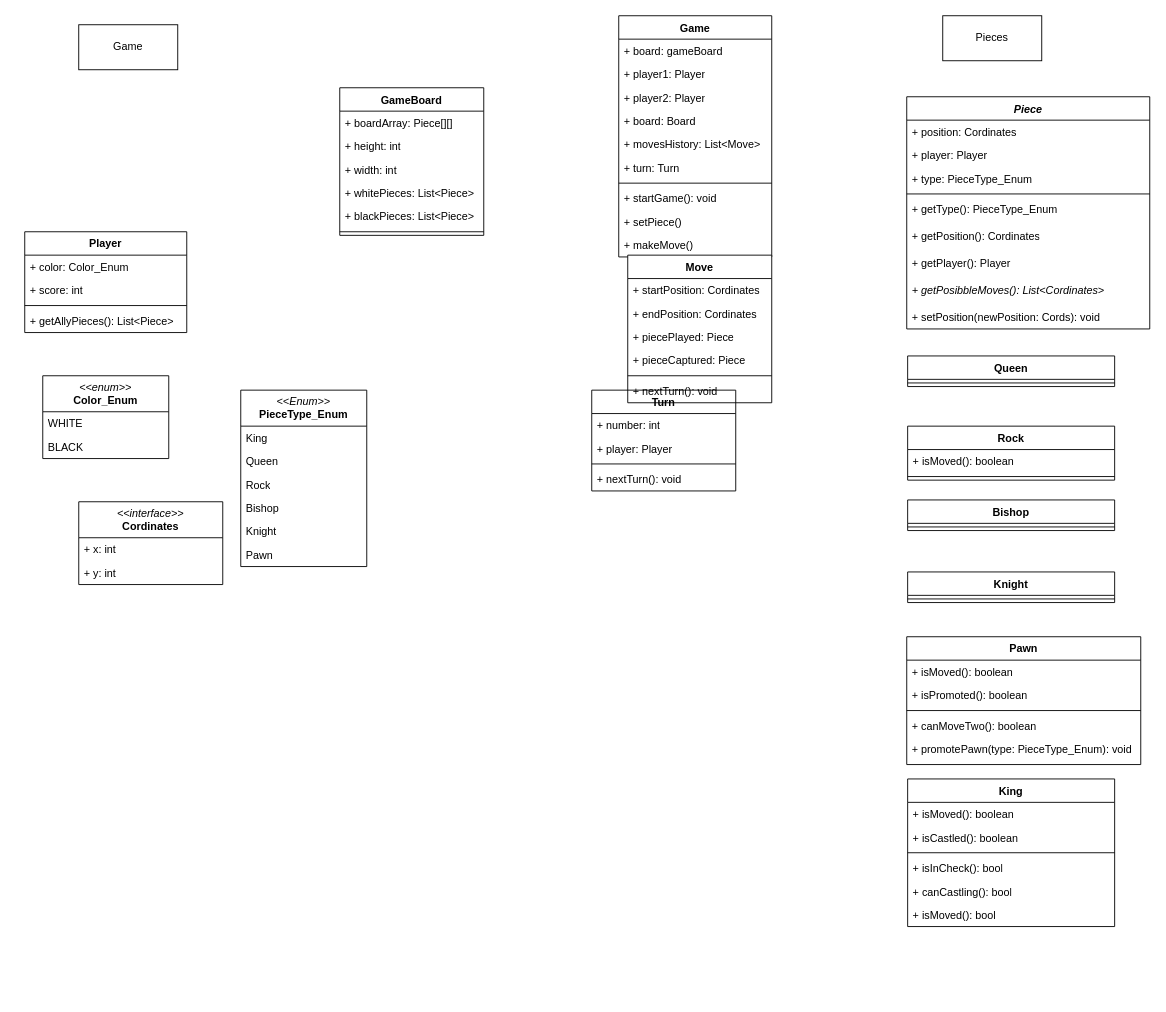
Above: uml.drawio in Rzyczu/chess-game (draw.io), before the change. Source tidied: cells renumbered, new cells numbered last; positions are measured from the earlier drawing's top-left corner, leaving out a move shared by most shapes. Both pictures are drawn from the tidied source at 90%, with x=0, y=0 at pixel (24, 15).
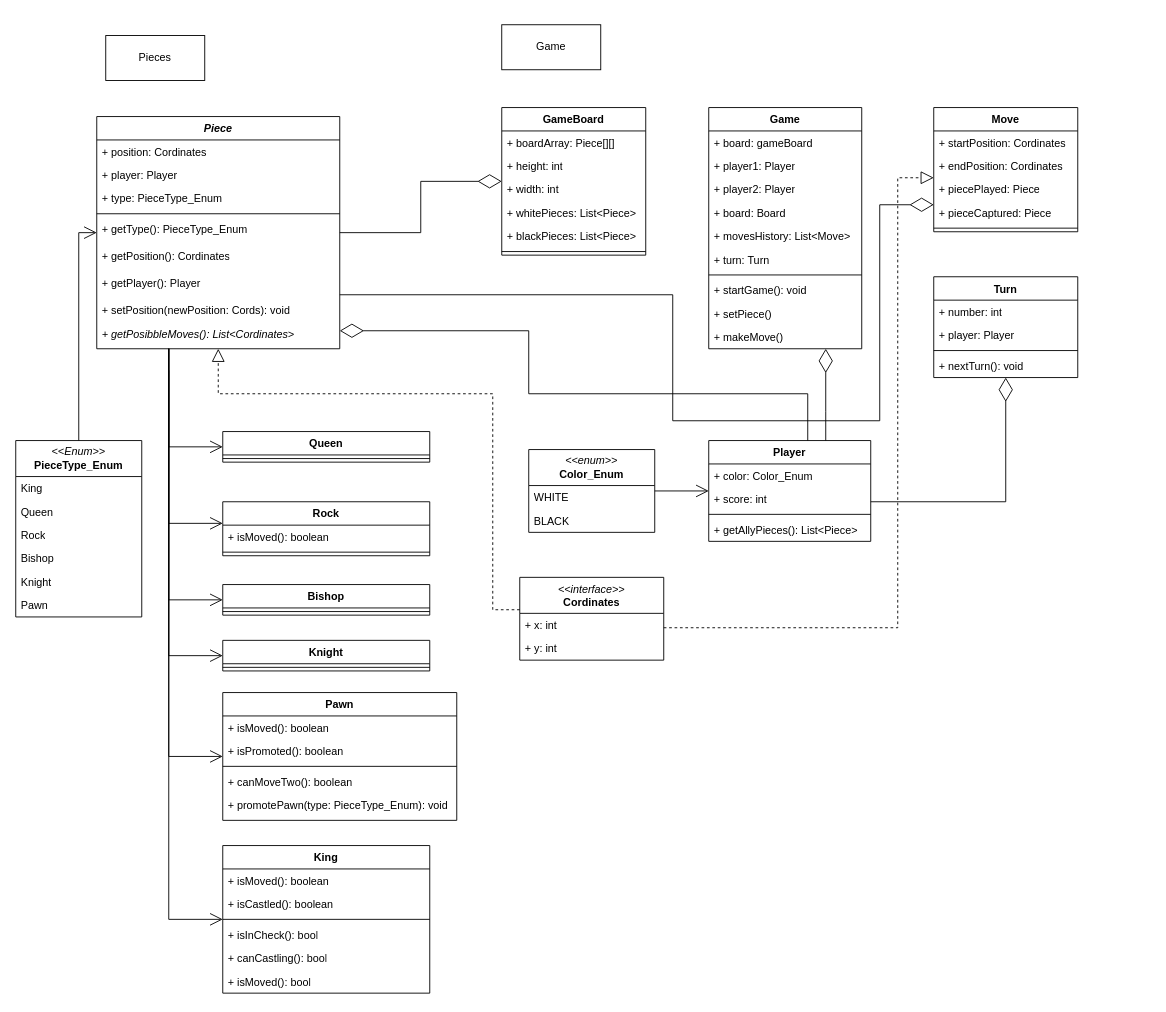
The same page after the edit.

What changed in the source:
```diff
@@
-    <mxCell id="2" value="GameBoard" style="swimlane;fontStyle=1;align=center;verticalAlign=top;horizontal=1;startSize=26;whiteSpace=wrap;html=1;" parent="1" vertex="1">
-      <mxGeometry x="350" y="80" width="160" height="164" as="geometry" />
-    </mxCell>
-    <mxCell id="3" value="+ boardArray: Piece[][]" style="text;strokeColor=none;fillColor=none;align=left;verticalAlign=top;spacingLeft=4;spacingRight=4;overflow=hidden;whiteSpace=wrap;html=1;" parent="2" vertex="1">
-      <mxGeometry y="26" width="160" height="26" as="geometry" />
-    </mxCell>
-    <mxCell id="4" value="+ height: int" style="text;strokeColor=none;fillColor=none;align=left;verticalAlign=top;spacingLeft=4;spacingRight=4;overflow=hidden;whiteSpace=wrap;html=1;" parent="2" vertex="1">
-      <mxGeometry y="52" width="160" height="26" as="geometry" />
-    </mxCell>
-    <mxCell id="5" value="+ width: int" style="text;strokeColor=none;fillColor=none;align=left;verticalAlign=top;spacingLeft=4;spacingRight=4;overflow=hidden;whiteSpace=wrap;html=1;" parent="2" vertex="1">
-      <mxGeometry y="78" width="160" height="26" as="geometry" />
-    </mxCell>
-    <mxCell id="6" value="+ whitePieces: List&amp;lt;Piece&amp;gt;" style="text;strokeColor=none;fillColor=none;align=left;verticalAlign=top;spacingLeft=4;spacingRight=4;overflow=hidden;whiteSpace=wrap;html=1;" parent="2" vertex="1">
-      <mxGeometry y="104" width="160" height="26" as="geometry" />
-    </mxCell>
-    <mxCell id="7" value="+ blackPieces: List&amp;lt;Piece&amp;gt;" style="text;strokeColor=none;fillColor=none;align=left;verticalAlign=top;spacingLeft=4;spacingRight=4;overflow=hidden;whiteSpace=wrap;html=1;" parent="2" vertex="1">
-      <mxGeometry y="130" width="160" height="26" as="geometry" />
-    </mxCell>
-    <mxCell id="8" style="line;strokeWidth=1;fillColor=none;align=left;verticalAlign=middle;spacingTop=-1;spacingLeft=3;spacingRight=3;labelPosition=right;strokeColor=inherit;" parent="2" vertex="1">
-      <mxGeometry y="156" width="160" height="8" as="geometry" />
-    </mxCell>
     <mxCell id="9" value="&lt;i&gt;Piece&lt;/i&gt;" style="swimlane;fontStyle=1;align=center;verticalAlign=top;horizontal=1;startSize=26;whiteSpace=wrap;html=1;" parent="1" vertex="1">
-      <mxGeometry x="980" y="90" width="270" height="258" as="geometry" />
+      <mxGeometry x="80" y="112" width="270" height="258" as="geometry" />
     </mxCell>
@@
+    <mxCell id="18" value="+ &lt;span style=&quot;background-color: initial;&quot;&gt;setPosition(newPosition: Cords): void&lt;/span&gt;&lt;div&gt;&lt;span style=&quot;background-color: initial;&quot;&gt;&lt;br&gt;&lt;/span&gt;&lt;/div&gt;" style="text;align=left;verticalAlign=top;spacingLeft=4;spacingRight=4;overflow=hidden;whiteSpace=wrap;html=1;" parent="9" vertex="1">
+      <mxGeometry y="202" width="270" height="26" as="geometry" />
+    </mxCell>
     <mxCell id="17" value="+ getPosibbleMoves(&lt;span style=&quot;background-color: initial;&quot;&gt;): List&amp;lt;Cordinates&amp;gt;&lt;/span&gt;" style="text;strokeColor=none;fillColor=none;align=left;verticalAlign=top;spacingLeft=4;spacingRight=4;overflow=hidden;whiteSpace=wrap;html=1;fontStyle=2;" parent="9" vertex="1">
-      <mxGeometry y="202" width="270" height="30" as="geometry" />
+      <mxGeometry y="228" width="270" height="30" as="geometry" />
     </mxCell>
-    <mxCell id="18" value="+ &lt;span style=&quot;background-color: initial;&quot;&gt;setPosition(newPosition: Cords): void&lt;/span&gt;&lt;div&gt;&lt;span style=&quot;background-color: initial;&quot;&gt;&lt;br&gt;&lt;/span&gt;&lt;/div&gt;" style="text;align=left;verticalAlign=top;spacingLeft=4;spacingRight=4;overflow=hidden;whiteSpace=wrap;html=1;" parent="9" vertex="1">
-      <mxGeometry y="232" width="270" height="26" as="geometry" />
-    </mxCell>
     <mxCell id="19" value="Game" style="swimlane;fontStyle=1;align=center;verticalAlign=top;horizontal=1;startSize=26;whiteSpace=wrap;html=1;" parent="1" vertex="1">
-      <mxGeometry x="660" width="170" height="268" as="geometry" />
+      <mxGeometry x="760" y="102" width="170" height="268" as="geometry" />
     </mxCell>
@@
-    <mxCell id="30" style="rounded=0;jettySize=auto;html=1;edgeStyle=orthogonalEdgeStyle;strokeColor=none;" parent="1" edge="1" source="31">
+    <mxCell id="30" style="rounded=0;jettySize=auto;html=1;edgeStyle=orthogonalEdgeStyle;strokeColor=none;" parent="1" edge="1" source="2">
       <mxGeometry relative="1" as="geometry">
-        <mxPoint x="500" y="120" as="targetPoint" />
+        <mxPoint x="590" y="152" as="targetPoint" />
         <Array as="points">
-          <mxPoint x="501" y="40" />
+          <mxPoint x="591" y="72" />
         </Array>
       </mxGeometry>
     </mxCell>
     <mxCell id="31" value="Pieces" style="html=1;whiteSpace=wrap;" parent="1" vertex="1">
-      <mxGeometry x="1020" width="110" height="50" as="geometry" />
+      <mxGeometry x="90" y="22" width="110" height="50" as="geometry" />
     </mxCell>
     <mxCell id="32" value="Game" style="html=1;whiteSpace=wrap;" parent="1" vertex="1">
-      <mxGeometry x="60" y="10" width="110" height="50" as="geometry" />
+      <mxGeometry x="530" y="10" width="110" height="50" as="geometry" />
     </mxCell>
     <mxCell id="33" style="edgeStyle=orthogonalEdgeStyle;rounded=0;orthogonalLoop=1;jettySize=auto;html=1;exitX=0.5;exitY=1;exitDx=0;exitDy=0;" parent="1" edge="1">
       <mxGeometry relative="1" as="geometry">
-        <mxPoint x="1106" y="658" as="sourcePoint" />
-        <mxPoint x="1106" y="658" as="targetPoint" />
+        <mxPoint x="276" y="680" as="sourcePoint" />
+        <mxPoint x="276" y="680" as="targetPoint" />
       </mxGeometry>
     </mxCell>
     <mxCell id="34" value="&lt;div&gt;&lt;i&gt;&amp;lt;&amp;lt;enum&amp;gt;&amp;gt;&lt;/i&gt;&lt;/div&gt;&lt;b&gt;Color_Enum&lt;/b&gt;" style="swimlane;fontStyle=0;horizontal=1;startSize=40;fillColor=none;whiteSpace=wrap;html=1;" parent="1" vertex="1">
-      <mxGeometry x="20" y="400" width="140" height="92" as="geometry" />
+      <mxGeometry x="560" y="482" width="140" height="92" as="geometry" />
     </mxCell>
@@
     <mxCell id="37" value="&lt;div&gt;&lt;i&gt;&amp;lt;&amp;lt;Enum&amp;gt;&amp;gt;&lt;/i&gt;&lt;/div&gt;&lt;b&gt;PieceType_Enum&lt;/b&gt;" style="swimlane;fontStyle=0;horizontal=1;startSize=40;fillColor=none;whiteSpace=wrap;html=1;" parent="1" vertex="1">
-      <mxGeometry x="240" y="416" width="140" height="196" as="geometry" />
+      <mxGeometry x="-10" y="472" width="140" height="196" as="geometry" />
     </mxCell>
@@
     <mxCell id="44" value="&lt;span style=&quot;text-align: left;&quot;&gt;&lt;i&gt;&lt;span style=&quot;font-weight: normal;&quot;&gt;&amp;lt;&amp;lt;interface&amp;gt;&amp;gt;&lt;/span&gt;&lt;br&gt;&lt;/i&gt;&lt;/span&gt;&lt;span style=&quot;text-align: left;&quot;&gt;Cordinates&lt;/span&gt;&lt;span style=&quot;text-align: left;&quot;&gt;&lt;br&gt;&lt;/span&gt;" style="swimlane;fontStyle=1;align=center;verticalAlign=top;horizontal=1;startSize=40;whiteSpace=wrap;html=1;" parent="1" vertex="1">
-      <mxGeometry x="60" y="540" width="160" height="92" as="geometry" />
+      <mxGeometry x="550" y="624" width="160" height="92" as="geometry" />
     </mxCell>
@@
     <mxCell id="47" value="Knight" style="swimlane;fontStyle=1;align=center;verticalAlign=top;horizontal=1;startSize=26;whiteSpace=wrap;html=1;" parent="1" vertex="1">
-      <mxGeometry x="981" y="618" width="230" height="34" as="geometry" />
+      <mxGeometry x="220" y="694" width="230" height="34" as="geometry" />
     </mxCell>
@@
     <mxCell id="49" value="Pawn" style="swimlane;fontStyle=1;align=center;verticalAlign=top;horizontal=1;startSize=26;whiteSpace=wrap;html=1;" parent="1" vertex="1">
-      <mxGeometry x="980" y="690" width="260" height="142" as="geometry" />
+      <mxGeometry x="220" y="752" width="260" height="142" as="geometry" />
     </mxCell>
@@
     <mxCell id="55" value="King" style="swimlane;fontStyle=1;align=center;verticalAlign=top;horizontal=1;startSize=26;whiteSpace=wrap;html=1;" parent="1" vertex="1">
-      <mxGeometry x="981" y="848" width="230" height="164" as="geometry" />
+      <mxGeometry x="220" y="922" width="230" height="164" as="geometry" />
     </mxCell>
@@
     <mxCell id="62" value="Player" style="swimlane;fontStyle=1;align=center;verticalAlign=top;horizontal=1;startSize=26;whiteSpace=wrap;html=1;" parent="1" vertex="1">
-      <mxGeometry y="240" width="180" height="112" as="geometry" />
+      <mxGeometry x="760" y="472" width="180" height="112" as="geometry" />
     </mxCell>
@@
     <mxCell id="67" value="Queen" style="swimlane;fontStyle=1;align=center;verticalAlign=top;horizontal=1;startSize=26;whiteSpace=wrap;html=1;" parent="1" vertex="1">
-      <mxGeometry x="981" y="378" width="230" height="34" as="geometry" />
+      <mxGeometry x="220" y="462" width="230" height="34" as="geometry" />
     </mxCell>
@@
     <mxCell id="69" value="Rock" style="swimlane;fontStyle=1;align=center;verticalAlign=top;horizontal=1;startSize=26;whiteSpace=wrap;html=1;" parent="1" vertex="1">
-      <mxGeometry x="981" y="456" width="230" height="60" as="geometry" />
+      <mxGeometry x="220" y="540" width="230" height="60" as="geometry" />
     </mxCell>
@@
     <mxCell id="72" value="Bishop" style="swimlane;fontStyle=1;align=center;verticalAlign=top;horizontal=1;startSize=26;whiteSpace=wrap;html=1;" parent="1" vertex="1">
-      <mxGeometry x="981" y="538" width="230" height="34" as="geometry" />
+      <mxGeometry x="220" y="632" width="230" height="34" as="geometry" />
     </mxCell>
@@
     <mxCell id="74" value="Turn" style="swimlane;fontStyle=1;align=center;verticalAlign=top;horizontal=1;startSize=26;whiteSpace=wrap;html=1;" parent="1" vertex="1">
-      <mxGeometry x="630" y="416" width="160" height="112" as="geometry" />
+      <mxGeometry x="1010" y="290" width="160" height="112" as="geometry" />
     </mxCell>
@@
     <mxCell id="79" value="Move" style="swimlane;fontStyle=1;align=center;verticalAlign=top;horizontal=1;startSize=26;whiteSpace=wrap;html=1;" parent="1" vertex="1">
-      <mxGeometry x="670" y="266" width="160" height="164" as="geometry" />
+      <mxGeometry x="1010" y="102" width="160" height="138" as="geometry" />
     </mxCell>
@@
-    <mxCell id="85" value="+ nextTurn(): void" style="text;strokeColor=none;fillColor=none;align=left;verticalAlign=top;spacingLeft=4;spacingRight=4;overflow=hidden;whiteSpace=wrap;html=1;" parent="79" vertex="1">
-      <mxGeometry y="138" width="160" height="26" as="geometry" />
-    </mxCell>
+    <mxCell id="86" style="endArrow=open;endFill=1;endSize=12;html=1;rounded=0;edgeStyle=orthogonalEdgeStyle;" parent="1" edge="1" source="9" target="67">
+      <mxGeometry relative="1" as="geometry">
+        <Array as="points">
+          <mxPoint x="160" y="479" />
+        </Array>
+      </mxGeometry>
+    </mxCell>
+    <mxCell id="87" style="endArrow=open;endFill=1;endSize=12;html=1;rounded=0;edgeStyle=orthogonalEdgeStyle;" parent="1" edge="1" target="69">
+      <mxGeometry relative="1" as="geometry">
+        <mxPoint x="160" y="394" as="sourcePoint" />
+        <Array as="points">
+          <mxPoint x="160" y="564" />
+        </Array>
+      </mxGeometry>
+    </mxCell>
+    <mxCell id="88" style="endArrow=open;endFill=1;endSize=12;html=1;rounded=0;edgeStyle=orthogonalEdgeStyle;" parent="1" edge="1" source="9" target="72">
+      <mxGeometry relative="1" as="geometry">
+        <Array as="points">
+          <mxPoint x="160" y="649" />
+        </Array>
+      </mxGeometry>
+    </mxCell>
+    <mxCell id="89" style="endArrow=open;endFill=1;endSize=12;html=1;rounded=0;edgeStyle=orthogonalEdgeStyle;" parent="1" edge="1" source="9" target="47">
+      <mxGeometry relative="1" as="geometry">
+        <Array as="points">
+          <mxPoint x="160" y="711" />
+        </Array>
+      </mxGeometry>
+    </mxCell>
+    <mxCell id="90" style="endArrow=open;endFill=1;endSize=12;html=1;rounded=0;edgeStyle=orthogonalEdgeStyle;" parent="1" edge="1" source="9" target="49">
+      <mxGeometry relative="1" as="geometry">
+        <Array as="points">
+          <mxPoint x="160" y="823" />
+        </Array>
+      </mxGeometry>
+    </mxCell>
+    <mxCell id="91" style="endArrow=open;endFill=1;endSize=12;html=1;rounded=0;edgeStyle=orthogonalEdgeStyle;" parent="1" edge="1" source="9" target="55">
+      <mxGeometry relative="1" as="geometry">
+        <Array as="points">
+          <mxPoint x="160" y="1004" />
+        </Array>
+      </mxGeometry>
+    </mxCell>
+    <mxCell id="92" style="endArrow=open;endFill=1;endSize=12;html=1;rounded=0;edgeStyle=orthogonalEdgeStyle;" parent="1" edge="1" source="37" target="9">
+      <mxGeometry relative="1" as="geometry">
+        <Array as="points">
+          <mxPoint x="60" y="241" />
+        </Array>
+      </mxGeometry>
+    </mxCell>
+    <mxCell id="93" style="rounded=0;jettySize=auto;html=1;edgeStyle=orthogonalEdgeStyle;strokeColor=none;" parent="1" edge="1" source="31" target="2">
+      <mxGeometry relative="1" as="geometry" />
+    </mxCell>
+    <mxCell id="2" value="GameBoard" style="swimlane;fontStyle=1;align=center;verticalAlign=top;horizontal=1;startSize=26;whiteSpace=wrap;html=1;" parent="1" vertex="1">
+      <mxGeometry x="530" y="102" width="160" height="164" as="geometry" />
+    </mxCell>
+    <mxCell id="3" value="+ boardArray: Piece[][]" style="text;strokeColor=none;fillColor=none;align=left;verticalAlign=top;spacingLeft=4;spacingRight=4;overflow=hidden;whiteSpace=wrap;html=1;" parent="2" vertex="1">
+      <mxGeometry y="26" width="160" height="26" as="geometry" />
+    </mxCell>
+    <mxCell id="4" value="+ height: int" style="text;strokeColor=none;fillColor=none;align=left;verticalAlign=top;spacingLeft=4;spacingRight=4;overflow=hidden;whiteSpace=wrap;html=1;" parent="2" vertex="1">
+      <mxGeometry y="52" width="160" height="26" as="geometry" />
+    </mxCell>
+    <mxCell id="5" value="+ width: int" style="text;strokeColor=none;fillColor=none;align=left;verticalAlign=top;spacingLeft=4;spacingRight=4;overflow=hidden;whiteSpace=wrap;html=1;" parent="2" vertex="1">
+      <mxGeometry y="78" width="160" height="26" as="geometry" />
+    </mxCell>
+    <mxCell id="6" value="+ whitePieces: List&amp;lt;Piece&amp;gt;" style="text;strokeColor=none;fillColor=none;align=left;verticalAlign=top;spacingLeft=4;spacingRight=4;overflow=hidden;whiteSpace=wrap;html=1;" parent="2" vertex="1">
+      <mxGeometry y="104" width="160" height="26" as="geometry" />
+    </mxCell>
+    <mxCell id="7" value="+ blackPieces: List&amp;lt;Piece&amp;gt;" style="text;strokeColor=none;fillColor=none;align=left;verticalAlign=top;spacingLeft=4;spacingRight=4;overflow=hidden;whiteSpace=wrap;html=1;" parent="2" vertex="1">
+      <mxGeometry y="130" width="160" height="26" as="geometry" />
+    </mxCell>
+    <mxCell id="8" style="line;strokeWidth=1;fillColor=none;align=left;verticalAlign=middle;spacingTop=-1;spacingLeft=3;spacingRight=3;labelPosition=right;strokeColor=inherit;" parent="2" vertex="1">
+      <mxGeometry y="156" width="160" height="8" as="geometry" />
+    </mxCell>
+    <mxCell id="94" style="endArrow=block;dashed=1;endFill=0;endSize=12;html=1;rounded=0;edgeStyle=orthogonalEdgeStyle;" parent="1" edge="1" source="44" target="9">
+      <mxGeometry relative="1" as="geometry">
+        <Array as="points">
+          <mxPoint x="520" y="660" />
+          <mxPoint x="520" y="420" />
+          <mxPoint x="215" y="420" />
+        </Array>
+      </mxGeometry>
+    </mxCell>
+    <mxCell id="95" style="endArrow=block;dashed=1;endFill=0;endSize=12;html=1;rounded=0;edgeStyle=orthogonalEdgeStyle;" parent="1" edge="1" source="44" target="79">
+      <mxGeometry relative="1" as="geometry">
+        <Array as="points">
+          <mxPoint x="970" y="680" />
+          <mxPoint x="970" y="180" />
+        </Array>
+      </mxGeometry>
+    </mxCell>
+    <mxCell id="96" style="endArrow=diamondThin;endFill=0;endSize=24;html=1;rounded=0;edgeStyle=orthogonalEdgeStyle;" parent="1" edge="1" source="62" target="74">
+      <mxGeometry relative="1" as="geometry">
+        <Array as="points">
+          <mxPoint x="890" y="540" />
+          <mxPoint x="1090" y="540" />
+        </Array>
+      </mxGeometry>
+    </mxCell>
+    <mxCell id="97" style="endArrow=diamondThin;endFill=0;endSize=24;html=1;rounded=0;edgeStyle=orthogonalEdgeStyle;" parent="1" edge="1" source="9" target="2">
+      <mxGeometry relative="1" as="geometry" />
+    </mxCell>
+    <mxCell id="98" style="endArrow=diamondThin;endFill=0;endSize=24;html=1;rounded=0;edgeStyle=orthogonalEdgeStyle;" parent="1" edge="1" source="9" target="79">
+      <mxGeometry relative="1" as="geometry">
+        <Array as="points">
+          <mxPoint x="720" y="310" />
+          <mxPoint x="720" y="450" />
+          <mxPoint x="950" y="450" />
+          <mxPoint x="950" y="210" />
+        </Array>
+      </mxGeometry>
+    </mxCell>
+    <mxCell id="99" style="endArrow=diamondThin;endFill=0;endSize=24;html=1;rounded=0;edgeStyle=orthogonalEdgeStyle;" parent="1" edge="1" source="62" target="9">
+      <mxGeometry relative="1" as="geometry">
+        <Array as="points">
+          <mxPoint x="870" y="420" />
+          <mxPoint x="560" y="420" />
+          <mxPoint x="560" y="350" />
+        </Array>
+      </mxGeometry>
+    </mxCell>
+    <mxCell id="100" style="endArrow=diamondThin;endFill=0;endSize=24;html=1;rounded=0;edgeStyle=orthogonalEdgeStyle;" parent="1" edge="1" source="62" target="19">
+      <mxGeometry relative="1" as="geometry">
+        <Array as="points">
+          <mxPoint x="890" y="440" />
+          <mxPoint x="890" y="440" />
+        </Array>
+      </mxGeometry>
+    </mxCell>
+    <mxCell id="101" style="endArrow=open;endFill=1;endSize=12;html=1;rounded=0;edgeStyle=orthogonalEdgeStyle;" parent="1" edge="1" source="34" target="62">
+      <mxGeometry relative="1" as="geometry" />
+    </mxCell>
```
